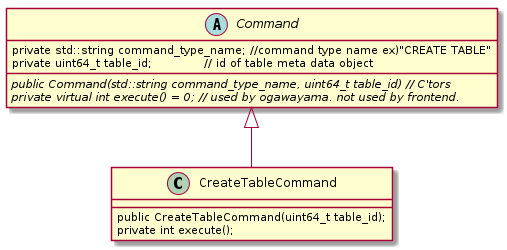
The PlantUML diagram docs/design/img/out/Command/Command.png in project-tsurugi/tsurugi_fdw, before a commit.
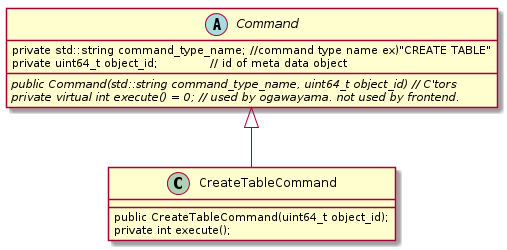
Above is the later version.

Commit message:
Fix Command class's member name

What changed in the source:
```diff
@@ -4,14 +4,14 @@
 
 abstract class Command{
 	{field} private std::string command_type_name; //command type name ex)"CREATE TABLE"
-	{field} private uint64_t table_id;             // id of table meta data object
+	{field} private uint64_t object_id;             // id of meta data object
 
-	{abstract} public Command(std::string command_type_name, uint64_t table_id) // C'tors
+	{abstract} public Command(std::string command_type_name, uint64_t object_id) // C'tors
     {abstract} private virtual int execute() = 0; // used by ogawayama. not used by frontend.
 }
 
 class CreateTableCommand{
-	public CreateTableCommand(uint64_t table_id);
+	public CreateTableCommand(uint64_t object_id);
     private int execute();
 }
 
```
